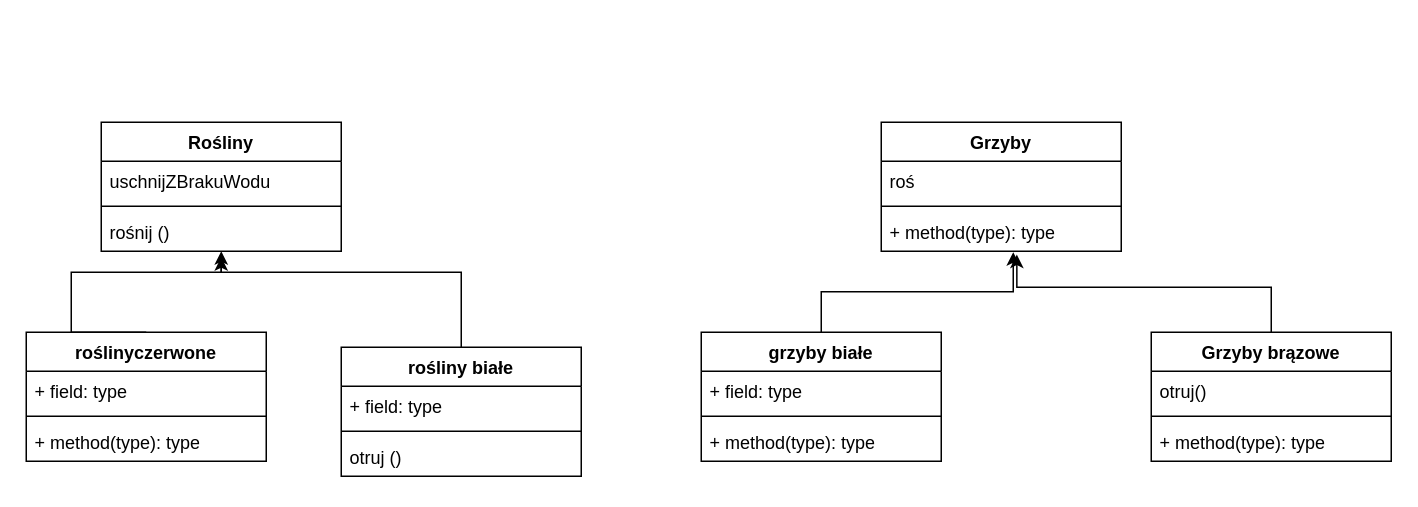
Before: 18kwietnia.drawio in JuliaZofiaCodes/ASI, a draw.io diagram. Source tidied: cells renumbered, new cells numbered last; positions are measured from the earlier drawing's top-left corner, leaving out a move shared by most shapes. Both pictures are drawn from the tidied source at 150%, with x=0, y=0 at pixel (26, 122).
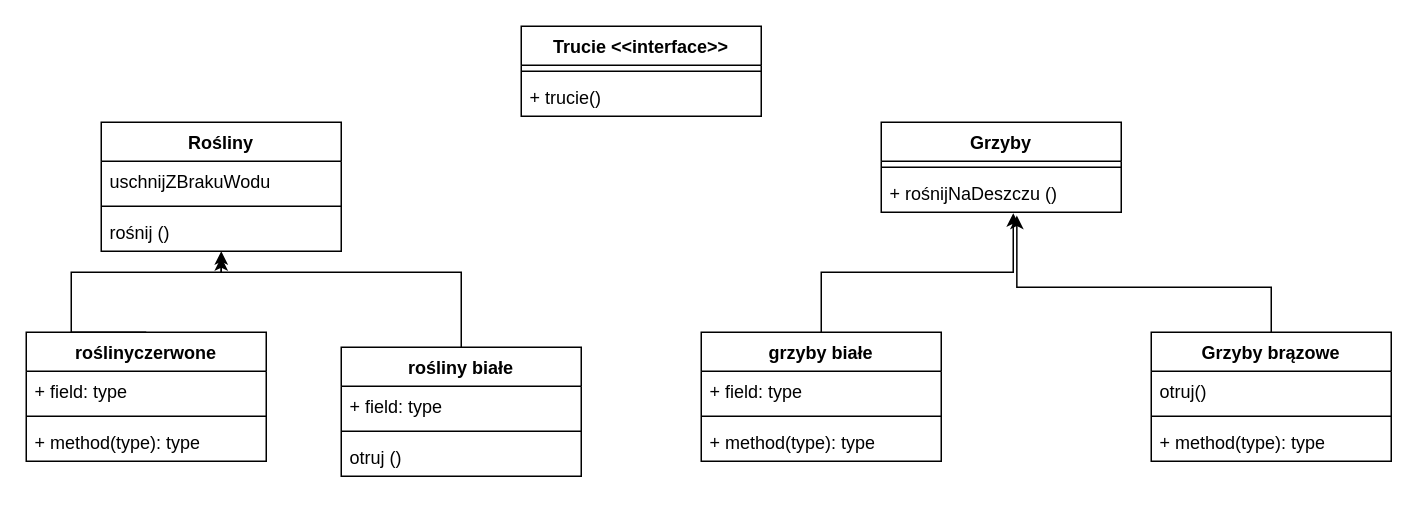
The same diagram, later.

Change to the diagram source:
```diff
@@
     <mxCell id="6" value="Grzyby" style="swimlane;fontStyle=1;align=center;verticalAlign=top;horizontal=1;startSize=26;whiteSpace=wrap;html=1;" parent="1" vertex="1">
-      <mxGeometry x="570" width="160" height="86" as="geometry" />
+      <mxGeometry x="570" width="160" height="60" as="geometry" />
     </mxCell>
-    <mxCell id="7" value="roś" style="text;strokeColor=none;fillColor=none;align=left;verticalAlign=top;spacingLeft=4;spacingRight=4;overflow=hidden;whiteSpace=wrap;html=1;" parent="6" vertex="1">
-      <mxGeometry y="26" width="160" height="26" as="geometry" />
-    </mxCell>
     <mxCell id="8" style="line;strokeWidth=1;fillColor=none;align=left;verticalAlign=middle;spacingTop=-1;spacingLeft=3;spacingRight=3;labelPosition=right;strokeColor=inherit;" parent="6" vertex="1">
-      <mxGeometry y="52" width="160" height="8" as="geometry" />
+      <mxGeometry y="26" width="160" height="8" as="geometry" />
     </mxCell>
-    <mxCell id="9" value="+ method(type): type" style="text;strokeColor=none;fillColor=none;align=left;verticalAlign=top;spacingLeft=4;spacingRight=4;overflow=hidden;points=[[0,0.5],[1,0.5]];portConstraint=eastwest;whiteSpace=wrap;html=1;" parent="6" vertex="1">
-      <mxGeometry y="60" width="160" height="26" as="geometry" />
+    <mxCell id="9" value="+ rośnijNaDeszczu ()" style="text;strokeColor=none;fillColor=none;align=left;verticalAlign=top;spacingLeft=4;spacingRight=4;overflow=hidden;points=[[0,0.5],[1,0.5]];portConstraint=eastwest;whiteSpace=wrap;html=1;" parent="6" vertex="1">
+      <mxGeometry y="34" width="160" height="26" as="geometry" />
     </mxCell>
@@
+    <mxCell id="30" value="Trucie &amp;lt;&amp;lt;interface&amp;gt;&amp;gt;" style="swimlane;fontStyle=1;align=center;verticalAlign=top;horizontal=1;startSize=26;whiteSpace=wrap;html=1;" parent="1" vertex="1">
+      <mxGeometry x="330" y="-64" width="160" height="60" as="geometry" />
+    </mxCell>
+    <mxCell id="31" style="line;strokeWidth=1;fillColor=none;align=left;verticalAlign=middle;spacingTop=-1;spacingLeft=3;spacingRight=3;labelPosition=right;strokeColor=inherit;" parent="30" vertex="1">
+      <mxGeometry y="26" width="160" height="8" as="geometry" />
+    </mxCell>
+    <mxCell id="32" value="+ trucie()" style="text;strokeColor=none;fillColor=none;align=left;verticalAlign=top;spacingLeft=4;spacingRight=4;overflow=hidden;whiteSpace=wrap;html=1;" parent="30" vertex="1">
+      <mxGeometry y="34" width="160" height="26" as="geometry" />
+    </mxCell>
```
